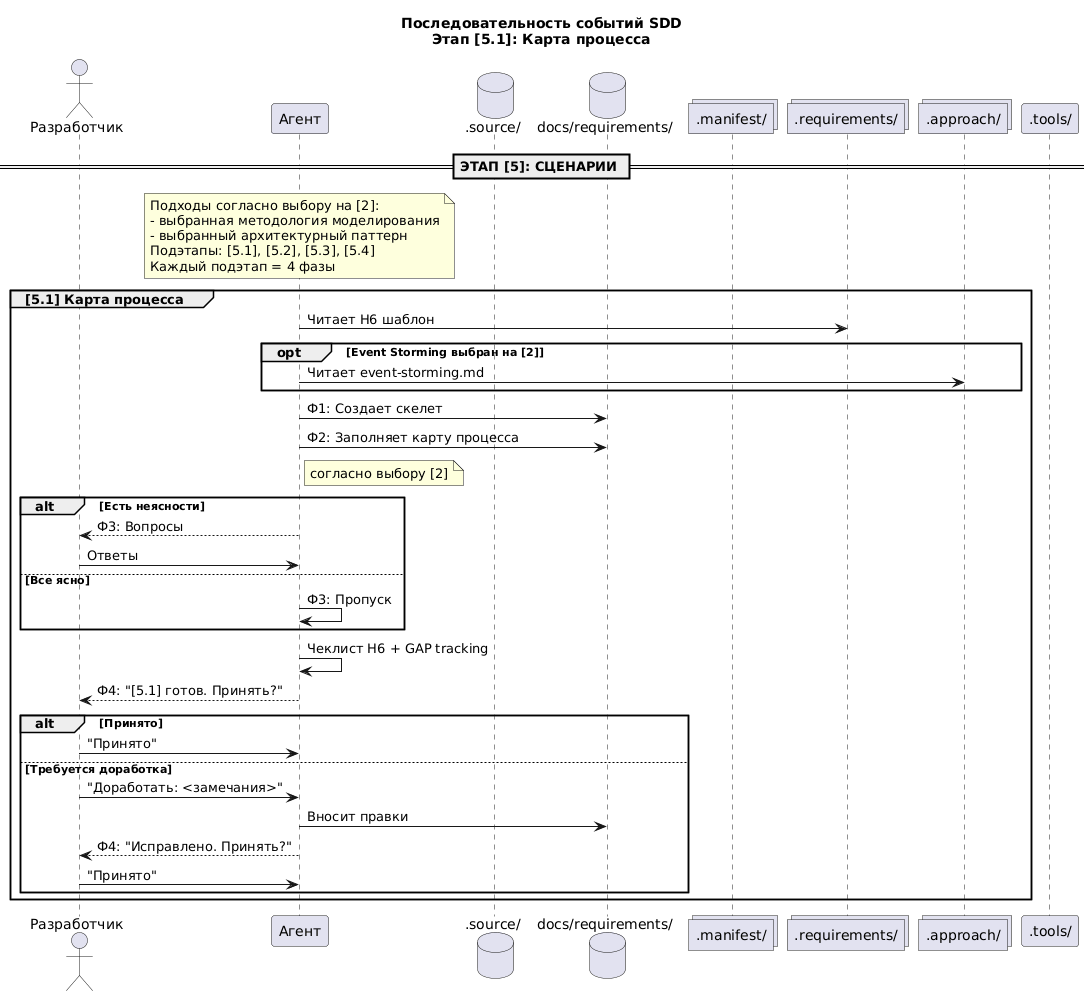
This is .diagrams/SDD-Sequence-07.png from Druk83/sdd-template, a PlantUML export, as it was before one commit.
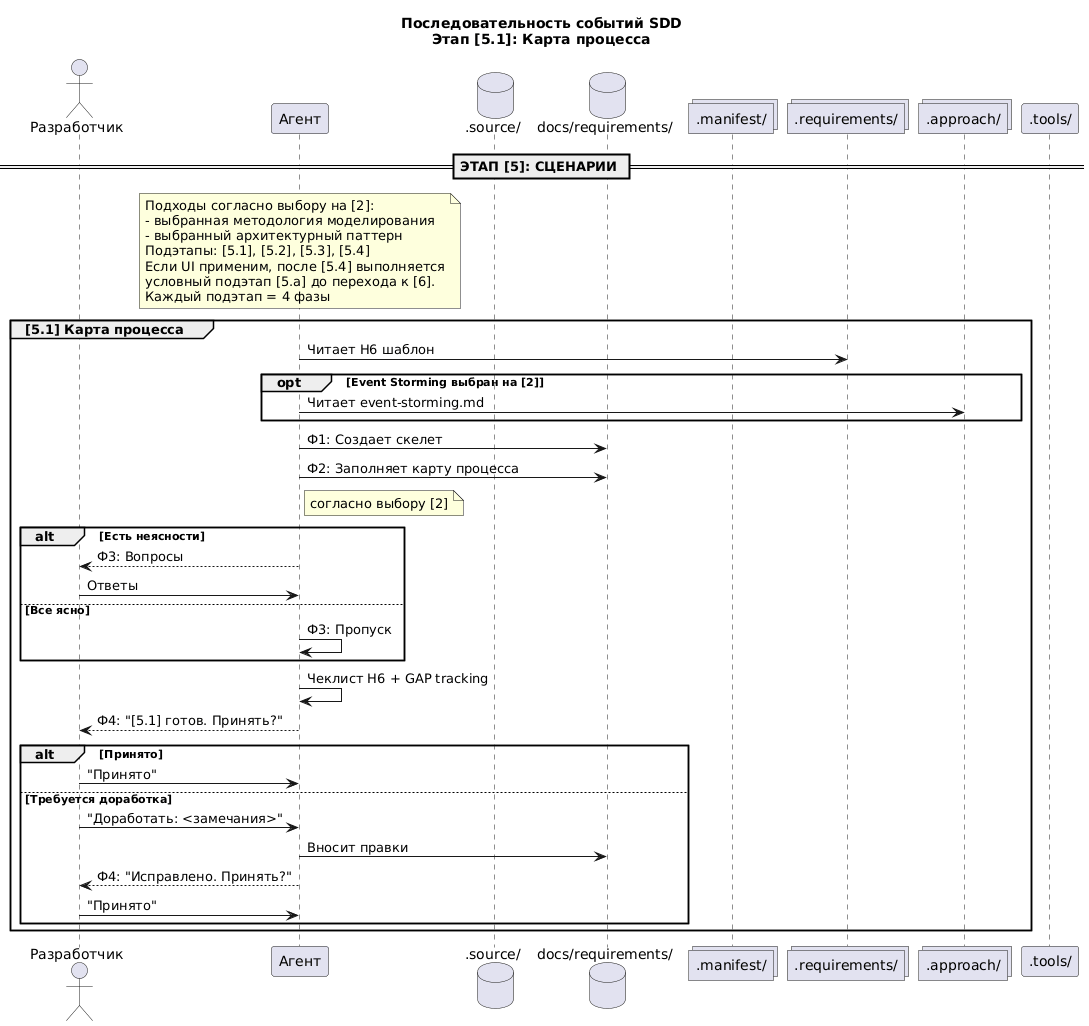
After the change.

What changed in the source:
```diff
@@ -17,6 +17,8 @@
     - выбранная методология моделирования
     - выбранный архитектурный паттерн
     Подэтапы: [5.1], [5.2], [5.3], [5.4]
+    Если UI применим, после [5.4] выполняется
+    условный подэтап [5.a] до перехода к [6].
     Каждый подэтап = 4 фазы
     end note
 
```
